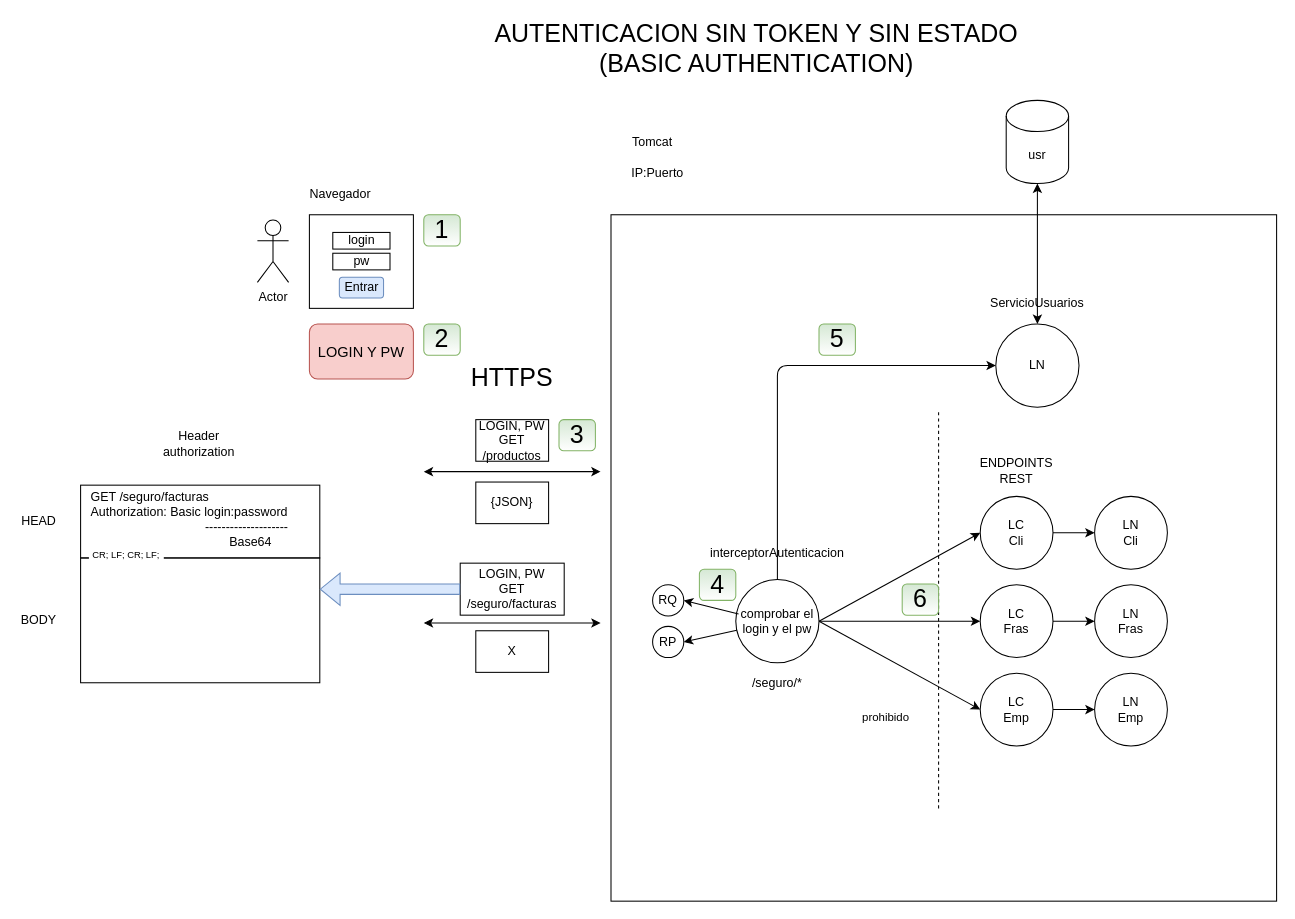
lrag/seguridad_java keeps this draw.io diagram as page "Página-3" (4 of 24) of seguridad.drawio. Above is the earlier version. Source tidied: cells renumbered, new cells numbered last; positions are measured from the earlier drawing's top-left corner, leaving out a move shared by most shapes. Both pictures are drawn from the tidied source at 104%, with x=0, y=0 at pixel (18, 37).
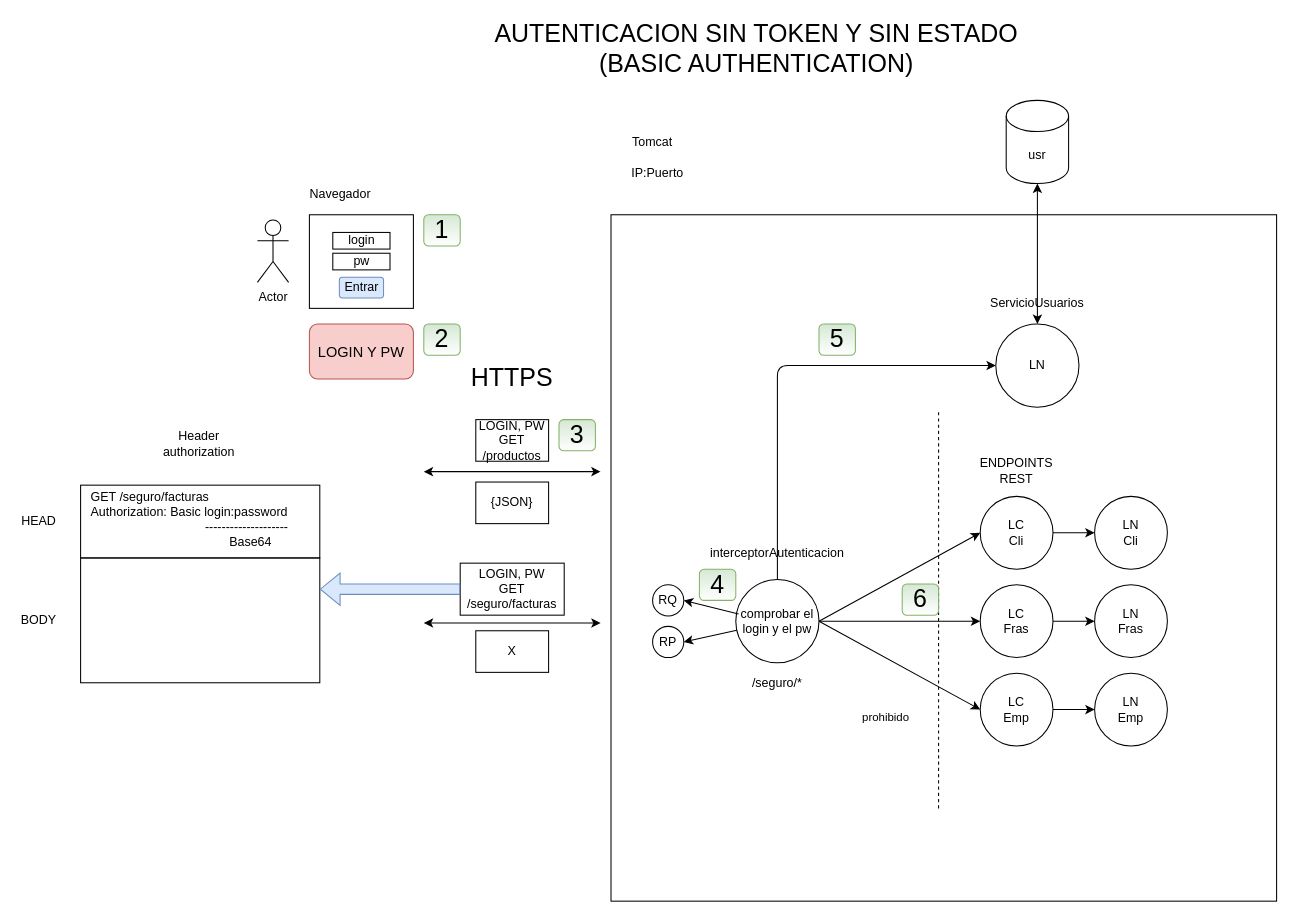
After the change.

Diff of the diagram source:
```diff
@@
-    <mxCell id="60" value="&lt;font style=&quot;font-size: 9px;&quot;&gt;CR; LF; CR; LF;&lt;/font&gt;" style="text;html=1;strokeColor=none;fillColor=default;align=center;verticalAlign=middle;whiteSpace=wrap;rounded=0;" parent="1" vertex="1">
-      <mxGeometry x="68" y="489" width="72" height="16" as="geometry" />
-    </mxCell>
```
